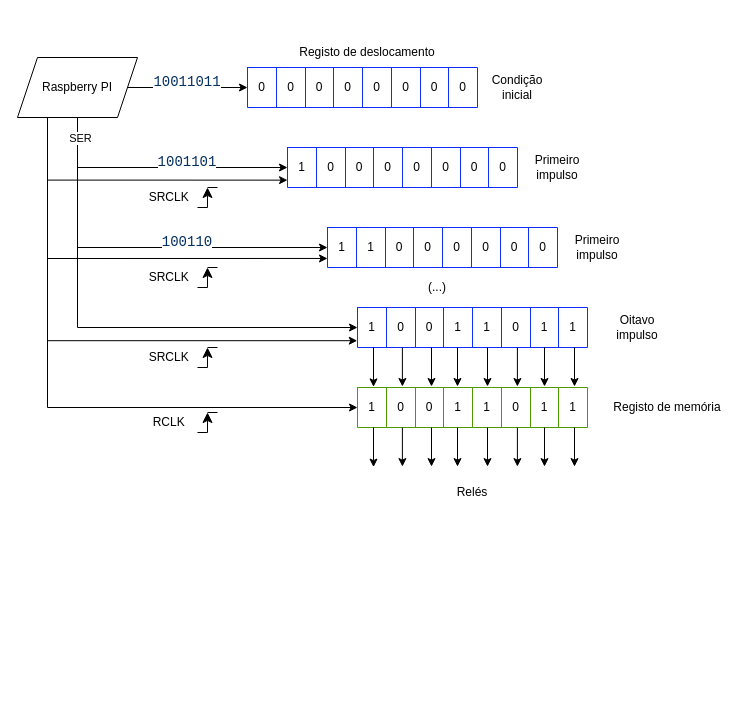
Above: diagramas/registo deslocamente.drawio in eddygrinder/LaRE (draw.io), before the change. Source tidied: cells renumbered, new cells numbered last; positions are measured from the earlier drawing's top-left corner, leaving out a move shared by most shapes. Both pictures are drawn from the tidied source at 100%, with x=0, y=0 at pixel (17, 37).
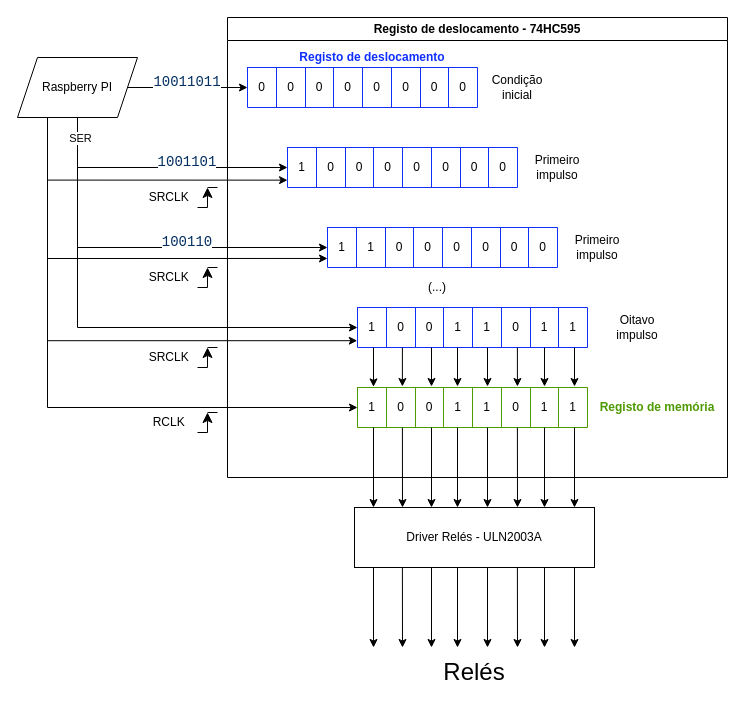
After the change.

What changed in the source:
```diff
@@
-    <mxCell id="75" value="Registo de deslocamento" style="text;html=1;align=center;verticalAlign=middle;whiteSpace=wrap;rounded=0;" parent="1" vertex="1">
-      <mxGeometry x="280" width="140" height="30" as="geometry" />
-    </mxCell>
@@
-    <mxCell id="86" value="Registo de memória" style="text;html=1;align=center;verticalAlign=middle;whiteSpace=wrap;rounded=0;" parent="1" vertex="1">
-      <mxGeometry x="580" y="355" width="140" height="30" as="geometry" />
+    <mxCell id="86" value="&lt;font color=&quot;#4d9900&quot;&gt;&lt;b&gt;Registo de memória&lt;/b&gt;&lt;/font&gt;" style="text;html=1;align=center;verticalAlign=middle;whiteSpace=wrap;rounded=0;" parent="1" vertex="1">
+      <mxGeometry x="580" y="355" width="120" height="30" as="geometry" />
     </mxCell>
@@
+    <mxCell id="108" value="&lt;font style=&quot;font-size: 24px;&quot;&gt;Relés&lt;/font&gt;" style="text;html=1;align=center;verticalAlign=middle;whiteSpace=wrap;rounded=0;" parent="1" vertex="1">
+      <mxGeometry x="426.5" y="620" width="60" height="30" as="geometry" />
+    </mxCell>
+    <mxCell id="109" value="Registo de deslocamento - 74HC595" style="swimlane;whiteSpace=wrap;html=1;" parent="1" vertex="1">
+      <mxGeometry x="210" y="-20" width="500" height="460" as="geometry" />
+    </mxCell>
+    <mxCell id="75" value="&lt;font color=&quot;#0f2fff&quot;&gt;&lt;b&gt;Registo de deslocamento&lt;/b&gt;&lt;/font&gt;" style="text;html=1;align=center;verticalAlign=middle;whiteSpace=wrap;rounded=0;" parent="109" vertex="1">
+      <mxGeometry x="69.5" y="25" width="150" height="30" as="geometry" />
+    </mxCell>
+    <mxCell id="110" value="Driver Relés - ULN2003A" style="rounded=0;whiteSpace=wrap;html=1;" parent="1" vertex="1">
+      <mxGeometry x="337" y="470" width="240" height="60" as="geometry" />
+    </mxCell>
+    <mxCell id="111" style="group;" parent="1" vertex="1">
+      <mxGeometry x="356" y="390" width="201" height="80" as="geometry" />
+    </mxCell>
-    <mxCell id="100" style="endArrow=classic;html=1;rounded=0;exitX=0.06;exitY=0.997;exitDx=0;exitDy=0;exitPerimeter=0;entryX=0.06;entryY=-0.014;entryDx=0;entryDy=0;entryPerimeter=0;" parent="1" edge="1">
+    <mxCell id="100" style="endArrow=classic;html=1;rounded=0;exitX=0.06;exitY=0.997;exitDx=0;exitDy=0;exitPerimeter=0;" parent="111" edge="1">
       <mxGeometry relative="1" as="geometry">
-        <mxPoint x="356" y="390" as="sourcePoint" />
-        <mxPoint x="356" y="429.6" as="targetPoint" />
+        <mxPoint as="sourcePoint" />
+        <mxPoint y="80" as="targetPoint" />
       </mxGeometry>
     </mxCell>
-    <mxCell id="101" style="endArrow=classic;html=1;rounded=0;exitX=0.06;exitY=0.997;exitDx=0;exitDy=0;exitPerimeter=0;entryX=0.06;entryY=-0.014;entryDx=0;entryDy=0;entryPerimeter=0;" parent="1" edge="1">
+    <mxCell id="101" style="endArrow=classic;html=1;rounded=0;exitX=0.06;exitY=0.997;exitDx=0;exitDy=0;exitPerimeter=0;" parent="111" edge="1">
       <mxGeometry relative="1" as="geometry">
-        <mxPoint x="384.9" y="390.1" as="sourcePoint" />
-        <mxPoint x="384.9" y="429.1" as="targetPoint" />
+        <mxPoint x="28.9" y="0.1" as="sourcePoint" />
+        <mxPoint x="29" y="80" as="targetPoint" />
       </mxGeometry>
     </mxCell>
-    <mxCell id="102" style="endArrow=classic;html=1;rounded=0;exitX=0.06;exitY=0.997;exitDx=0;exitDy=0;exitPerimeter=0;entryX=0.06;entryY=-0.014;entryDx=0;entryDy=0;entryPerimeter=0;" parent="1" edge="1">
+    <mxCell id="102" style="endArrow=classic;html=1;rounded=0;exitX=0.06;exitY=0.997;exitDx=0;exitDy=0;exitPerimeter=0;" parent="111" edge="1">
       <mxGeometry relative="1" as="geometry">
-        <mxPoint x="414" y="390.1" as="sourcePoint" />
-        <mxPoint x="414" y="429.1" as="targetPoint" />
+        <mxPoint x="58" y="0.1" as="sourcePoint" />
+        <mxPoint x="58" y="80" as="targetPoint" />
       </mxGeometry>
     </mxCell>
-    <mxCell id="103" style="endArrow=classic;html=1;rounded=0;exitX=0.06;exitY=0.997;exitDx=0;exitDy=0;exitPerimeter=0;entryX=0.06;entryY=-0.014;entryDx=0;entryDy=0;entryPerimeter=0;" parent="1" edge="1">
+    <mxCell id="103" style="endArrow=classic;html=1;rounded=0;exitX=0.06;exitY=0.997;exitDx=0;exitDy=0;exitPerimeter=0;" parent="111" edge="1">
       <mxGeometry relative="1" as="geometry">
-        <mxPoint x="440" y="390.1" as="sourcePoint" />
-        <mxPoint x="440" y="429.1" as="targetPoint" />
+        <mxPoint x="84" y="0.1" as="sourcePoint" />
+        <mxPoint x="84" y="80" as="targetPoint" />
       </mxGeometry>
     </mxCell>
-    <mxCell id="104" style="endArrow=classic;html=1;rounded=0;exitX=0.06;exitY=0.997;exitDx=0;exitDy=0;exitPerimeter=0;entryX=0.06;entryY=-0.014;entryDx=0;entryDy=0;entryPerimeter=0;" parent="1" edge="1">
+    <mxCell id="104" style="endArrow=classic;html=1;rounded=0;exitX=0.06;exitY=0.997;exitDx=0;exitDy=0;exitPerimeter=0;" parent="111" edge="1">
       <mxGeometry relative="1" as="geometry">
-        <mxPoint x="470" y="390.1" as="sourcePoint" />
-        <mxPoint x="470" y="429.1" as="targetPoint" />
+        <mxPoint x="114" y="0.1" as="sourcePoint" />
+        <mxPoint x="114" y="80" as="targetPoint" />
       </mxGeometry>
     </mxCell>
-    <mxCell id="105" style="endArrow=classic;html=1;rounded=0;exitX=0.06;exitY=0.997;exitDx=0;exitDy=0;exitPerimeter=0;entryX=0.06;entryY=-0.014;entryDx=0;entryDy=0;entryPerimeter=0;" parent="1" edge="1">
+    <mxCell id="105" style="endArrow=classic;html=1;rounded=0;exitX=0.06;exitY=0.997;exitDx=0;exitDy=0;exitPerimeter=0;" parent="111" edge="1">
       <mxGeometry relative="1" as="geometry">
-        <mxPoint x="499.9" y="390.1" as="sourcePoint" />
-        <mxPoint x="499.9" y="429.1" as="targetPoint" />
+        <mxPoint x="143.9" y="0.1" as="sourcePoint" />
+        <mxPoint x="144" y="80" as="targetPoint" />
       </mxGeometry>
     </mxCell>
-    <mxCell id="106" style="endArrow=classic;html=1;rounded=0;exitX=0.06;exitY=0.997;exitDx=0;exitDy=0;exitPerimeter=0;entryX=0.06;entryY=-0.014;entryDx=0;entryDy=0;entryPerimeter=0;" parent="1" edge="1">
+    <mxCell id="106" style="endArrow=classic;html=1;rounded=0;exitX=0.06;exitY=0.997;exitDx=0;exitDy=0;exitPerimeter=0;" parent="111" edge="1">
       <mxGeometry relative="1" as="geometry">
-        <mxPoint x="527" y="390.1" as="sourcePoint" />
-        <mxPoint x="527" y="429.1" as="targetPoint" />
+        <mxPoint x="171" y="0.1" as="sourcePoint" />
+        <mxPoint x="171" y="80" as="targetPoint" />
       </mxGeometry>
     </mxCell>
-    <mxCell id="107" style="endArrow=classic;html=1;rounded=0;exitX=0.06;exitY=0.997;exitDx=0;exitDy=0;exitPerimeter=0;entryX=0.06;entryY=-0.014;entryDx=0;entryDy=0;entryPerimeter=0;" parent="1" edge="1">
+    <mxCell id="107" style="endArrow=classic;html=1;rounded=0;exitX=0.06;exitY=0.997;exitDx=0;exitDy=0;exitPerimeter=0;" parent="111" edge="1">
       <mxGeometry relative="1" as="geometry">
-        <mxPoint x="557" y="390.1" as="sourcePoint" />
-        <mxPoint x="557" y="429.1" as="targetPoint" />
+        <mxPoint x="201" y="0.1" as="sourcePoint" />
+        <mxPoint x="201" y="80" as="targetPoint" />
       </mxGeometry>
     </mxCell>
-    <mxCell id="108" value="Relés" style="text;html=1;align=center;verticalAlign=middle;whiteSpace=wrap;rounded=0;" parent="1" vertex="1">
-      <mxGeometry x="425" y="440" width="60" height="30" as="geometry" />
-    </mxCell>
+    <mxCell id="112" style="group;" parent="1" vertex="1">
+      <mxGeometry x="356" y="530" width="201" height="80" as="geometry" />
+    </mxCell>
+    <mxCell id="113" style="endArrow=classic;html=1;rounded=0;exitX=0.06;exitY=0.997;exitDx=0;exitDy=0;exitPerimeter=0;" parent="112" edge="1">
+      <mxGeometry relative="1" as="geometry">
+        <mxPoint as="sourcePoint" />
+        <mxPoint y="80" as="targetPoint" />
+      </mxGeometry>
+    </mxCell>
+    <mxCell id="114" style="endArrow=classic;html=1;rounded=0;exitX=0.06;exitY=0.997;exitDx=0;exitDy=0;exitPerimeter=0;" parent="112" edge="1">
+      <mxGeometry relative="1" as="geometry">
+        <mxPoint x="28.9" y="0.1" as="sourcePoint" />
+        <mxPoint x="29" y="80" as="targetPoint" />
+      </mxGeometry>
+    </mxCell>
+    <mxCell id="115" style="endArrow=classic;html=1;rounded=0;exitX=0.06;exitY=0.997;exitDx=0;exitDy=0;exitPerimeter=0;" parent="112" edge="1">
+      <mxGeometry relative="1" as="geometry">
+        <mxPoint x="58" y="0.1" as="sourcePoint" />
+        <mxPoint x="58" y="80" as="targetPoint" />
+      </mxGeometry>
+    </mxCell>
+    <mxCell id="116" style="endArrow=classic;html=1;rounded=0;exitX=0.06;exitY=0.997;exitDx=0;exitDy=0;exitPerimeter=0;" parent="112" edge="1">
+      <mxGeometry relative="1" as="geometry">
+        <mxPoint x="84" y="0.1" as="sourcePoint" />
+        <mxPoint x="84" y="80" as="targetPoint" />
+      </mxGeometry>
+    </mxCell>
+    <mxCell id="117" style="endArrow=classic;html=1;rounded=0;exitX=0.06;exitY=0.997;exitDx=0;exitDy=0;exitPerimeter=0;" parent="112" edge="1">
+      <mxGeometry relative="1" as="geometry">
+        <mxPoint x="114" y="0.1" as="sourcePoint" />
+        <mxPoint x="114" y="80" as="targetPoint" />
+      </mxGeometry>
+    </mxCell>
+    <mxCell id="118" style="endArrow=classic;html=1;rounded=0;exitX=0.06;exitY=0.997;exitDx=0;exitDy=0;exitPerimeter=0;" parent="112" edge="1">
+      <mxGeometry relative="1" as="geometry">
+        <mxPoint x="143.9" y="0.1" as="sourcePoint" />
+        <mxPoint x="144" y="80" as="targetPoint" />
+      </mxGeometry>
+    </mxCell>
+    <mxCell id="119" style="endArrow=classic;html=1;rounded=0;exitX=0.06;exitY=0.997;exitDx=0;exitDy=0;exitPerimeter=0;" parent="112" edge="1">
+      <mxGeometry relative="1" as="geometry">
+        <mxPoint x="171" y="0.1" as="sourcePoint" />
+        <mxPoint x="171" y="80" as="targetPoint" />
+      </mxGeometry>
+    </mxCell>
+    <mxCell id="120" style="endArrow=classic;html=1;rounded=0;exitX=0.06;exitY=0.997;exitDx=0;exitDy=0;exitPerimeter=0;" parent="112" edge="1">
+      <mxGeometry relative="1" as="geometry">
+        <mxPoint x="201" y="0.1" as="sourcePoint" />
+        <mxPoint x="201" y="80" as="targetPoint" />
+      </mxGeometry>
+    </mxCell>
```
